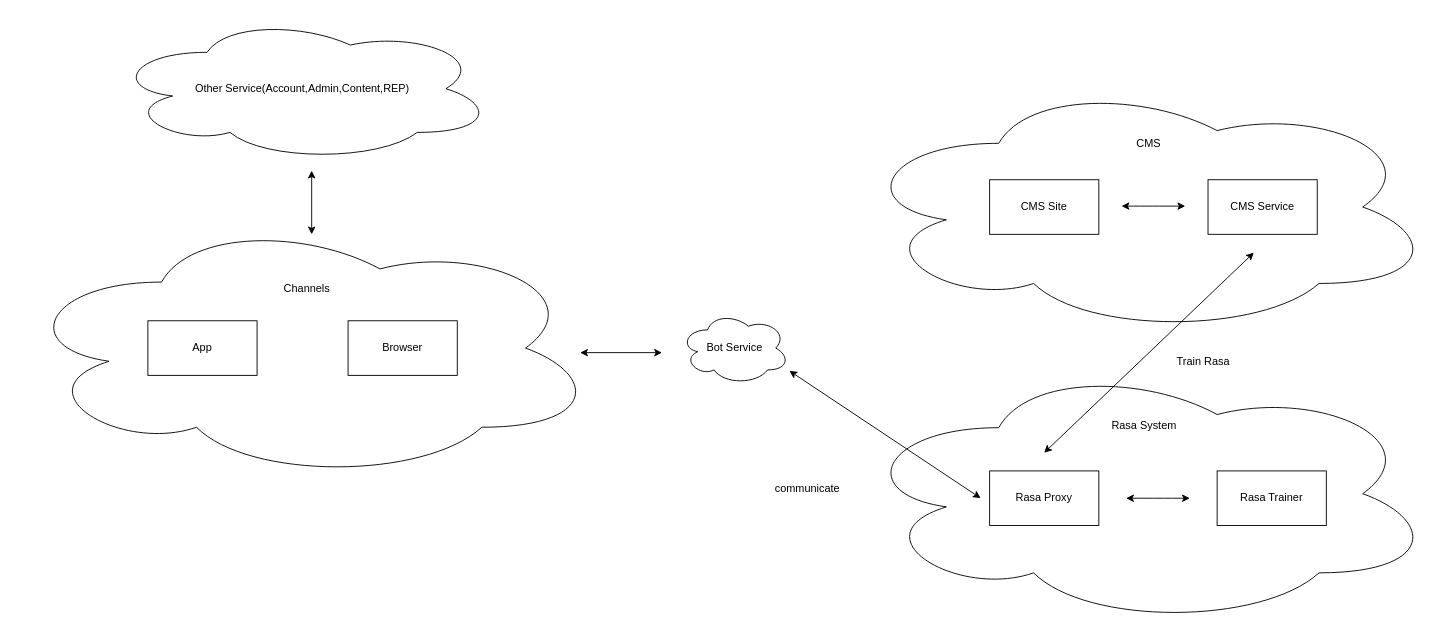
grapecitycarlzhang/drawio keeps this draw.io diagram as page "Structure" (1 of 2) of ChatSystemStructure.drawio. Above is the earlier version. Source tidied: cells renumbered, new cells numbered last; positions are measured from the earlier drawing's top-left corner, leaving out a move shared by most shapes. Both pictures are drawn from the tidied source at 91%, with x=0, y=0 at pixel (15, 15).
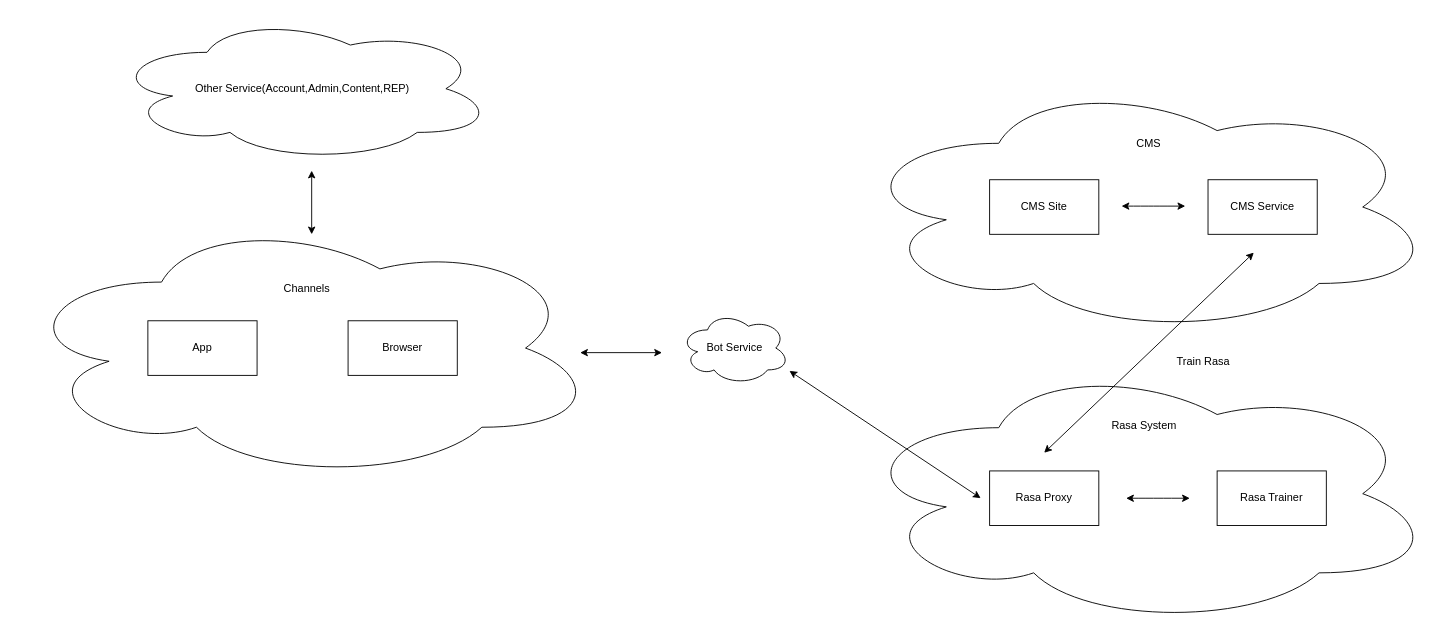
The same page after the edit.

What changed in the source:
```diff
@@
-    <mxCell id="19" value="communicate" style="text;html=1;strokeColor=none;fillColor=none;align=center;verticalAlign=middle;whiteSpace=wrap;rounded=0;" parent="1" vertex="1">
-      <mxGeometry x="850" y="510" width="40" height="20" as="geometry" />
-    </mxCell>
```
